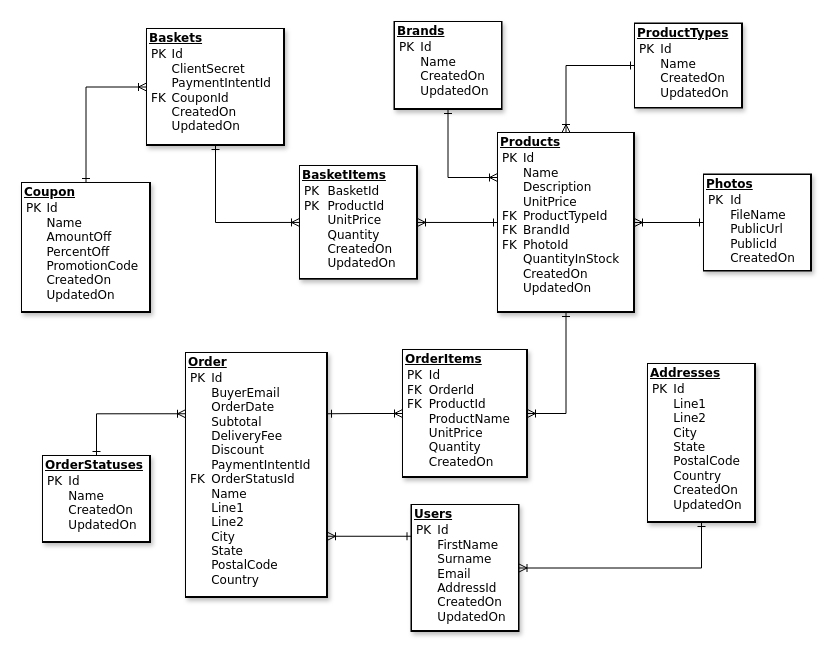
Earlier version of the draw.io diagram docs/DbDiagram.drawio (franco-diaz-licham/eCommerceApp). Source tidied: cells renumbered, new cells numbered last; positions are measured from the earlier drawing's top-left corner, leaving out a move shared by most shapes. Both pictures are drawn from the tidied source at 100%, with x=0, y=0 at pixel (21, 21).
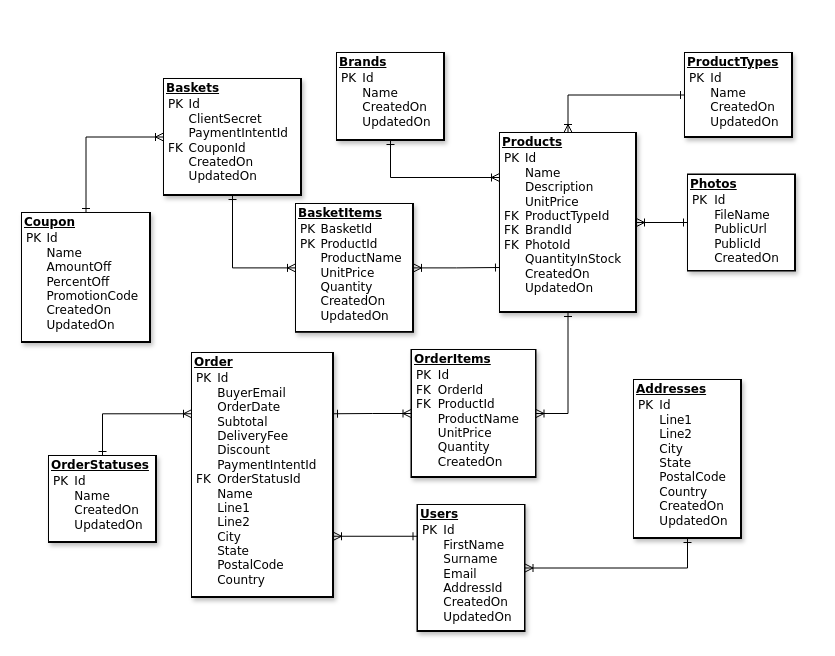
After the change.

Diff of the diagram source:
```diff
@@
     <mxCell id="2" value="&lt;div style=&quot;box-sizing: border-box; width: 100%; background-image: initial; background-position: initial; background-size: initial; background-repeat: initial; background-attachment: initial; background-origin: initial; background-clip: initial; padding: 2px;&quot;&gt;&lt;b&gt;&lt;u&gt;Baskets&lt;/u&gt;&lt;/b&gt;&lt;table style=&quot;font-size: 1em; width: 100%;&quot; cellpadding=&quot;2&quot; cellspacing=&quot;0&quot;&gt;&lt;tbody&gt;&lt;tr&gt;&lt;td&gt;PK&lt;br&gt;&lt;br&gt;&lt;br&gt;FK&lt;br&gt;&lt;br&gt;&lt;br&gt;&lt;/td&gt;&lt;td&gt;Id&lt;br&gt;ClientSecret&lt;br&gt;PaymentIntentId&lt;br&gt;CouponId&lt;br&gt;CreatedOn&lt;br&gt;UpdatedOn&lt;br&gt;&lt;/td&gt;&lt;/tr&gt;&lt;/tbody&gt;&lt;/table&gt;&lt;/div&gt;" style="verticalAlign=top;align=left;overflow=fill;html=1;rounded=0;shadow=1;comic=0;labelBackgroundColor=default;strokeWidth=1;fontFamily=Verdana;fontSize=12;labelBorderColor=default;" parent="1" vertex="1">
-      <mxGeometry x="125" y="7" width="138" height="117" as="geometry" />
+      <mxGeometry x="142" y="57" width="138" height="117" as="geometry" />
     </mxCell>
@@
-    <mxCell id="4" value="&lt;div style=&quot;box-sizing: border-box; width: 100%; background-image: initial; background-position: initial; background-size: initial; background-repeat: initial; background-attachment: initial; background-origin: initial; background-clip: initial; padding: 2px;&quot;&gt;&lt;b&gt;&lt;u&gt;BasketItems&lt;/u&gt;&lt;/b&gt;&lt;table style=&quot;font-size: 1em; width: 100%;&quot; cellpadding=&quot;2&quot; cellspacing=&quot;0&quot;&gt;&lt;tbody&gt;&lt;tr&gt;&lt;td&gt;PK&lt;br&gt;PK&lt;br&gt;&lt;br&gt;&lt;br&gt;&lt;br&gt;&lt;br&gt;&lt;/td&gt;&lt;td&gt;BasketId&lt;br&gt;ProductId&lt;br&gt;UnitPrice&lt;br&gt;Quantity&lt;br&gt;CreatedOn&lt;br&gt;UpdatedOn&lt;br&gt;&lt;/td&gt;&lt;/tr&gt;&lt;/tbody&gt;&lt;/table&gt;&lt;/div&gt;" style="verticalAlign=top;align=left;overflow=fill;html=1;rounded=0;shadow=1;comic=0;labelBackgroundColor=default;strokeWidth=1;fontFamily=Verdana;fontSize=12;labelBorderColor=default;" parent="1" vertex="1">
-      <mxGeometry x="278" y="144.2" width="118" height="113.5" as="geometry" />
+    <mxCell id="4" value="&lt;div style=&quot;box-sizing: border-box; width: 100%; background-image: initial; background-position: initial; background-size: initial; background-repeat: initial; background-attachment: initial; background-origin: initial; background-clip: initial; padding: 2px;&quot;&gt;&lt;b&gt;&lt;u&gt;BasketItems&lt;/u&gt;&lt;/b&gt;&lt;table style=&quot;font-size: 1em; width: 100%;&quot; cellpadding=&quot;2&quot; cellspacing=&quot;0&quot;&gt;&lt;tbody&gt;&lt;tr&gt;&lt;td&gt;PK&lt;br&gt;PK&lt;br&gt;&lt;br&gt;&lt;br&gt;&lt;br&gt;&lt;br&gt;&lt;br&gt;&lt;/td&gt;&lt;td&gt;BasketId&lt;br&gt;ProductId&lt;br&gt;ProductName&lt;br&gt;UnitPrice&lt;br&gt;Quantity&lt;br&gt;CreatedOn&lt;br&gt;UpdatedOn&lt;br&gt;&lt;/td&gt;&lt;/tr&gt;&lt;/tbody&gt;&lt;/table&gt;&lt;/div&gt;" style="verticalAlign=top;align=left;overflow=fill;html=1;rounded=0;shadow=1;comic=0;labelBackgroundColor=default;strokeWidth=1;fontFamily=Verdana;fontSize=12;labelBorderColor=default;" parent="1" vertex="1">
+      <mxGeometry x="274" y="182" width="118" height="128.8" as="geometry" />
     </mxCell>
     <mxCell id="5" value="&lt;div style=&quot;box-sizing: border-box; width: 100%; background-image: initial; background-position: initial; background-size: initial; background-repeat: initial; background-attachment: initial; background-origin: initial; background-clip: initial; padding: 2px;&quot;&gt;&lt;b&gt;&lt;u&gt;Brands&lt;/u&gt;&lt;/b&gt;&lt;table style=&quot;font-size: 1em; width: 100%;&quot; cellpadding=&quot;2&quot; cellspacing=&quot;0&quot;&gt;&lt;tbody&gt;&lt;tr&gt;&lt;td&gt;PK&lt;br&gt;&lt;br&gt;&lt;br&gt;&lt;br&gt;&lt;/td&gt;&lt;td&gt;Id&lt;br&gt;Name&lt;br&gt;CreatedOn&lt;br&gt;UpdatedOn&lt;br&gt;&lt;/td&gt;&lt;/tr&gt;&lt;/tbody&gt;&lt;/table&gt;&lt;/div&gt;" style="verticalAlign=top;align=left;overflow=fill;html=1;rounded=0;shadow=1;comic=0;labelBackgroundColor=default;strokeWidth=1;fontFamily=Verdana;fontSize=12;labelBorderColor=default;" parent="1" vertex="1">
-      <mxGeometry x="372.5" width="108" height="88" as="geometry" />
+      <mxGeometry x="315" y="31" width="108" height="88" as="geometry" />
     </mxCell>
     <mxCell id="6" value="&lt;div style=&quot;box-sizing: border-box; width: 100%; background-image: initial; background-position: initial; background-size: initial; background-repeat: initial; background-attachment: initial; background-origin: initial; background-clip: initial; padding: 2px;&quot;&gt;&lt;b&gt;&lt;u&gt;ProductTypes&lt;/u&gt;&lt;/b&gt;&lt;table style=&quot;font-size: 1em; width: 100%;&quot; cellpadding=&quot;2&quot; cellspacing=&quot;0&quot;&gt;&lt;tbody&gt;&lt;tr&gt;&lt;td&gt;PK&lt;br&gt;&lt;br&gt;&lt;br&gt;&lt;br&gt;&lt;/td&gt;&lt;td&gt;Id&lt;br&gt;Name&lt;br&gt;CreatedOn&lt;br&gt;UpdatedOn&lt;br&gt;&lt;/td&gt;&lt;/tr&gt;&lt;/tbody&gt;&lt;/table&gt;&lt;/div&gt;" style="verticalAlign=top;align=left;overflow=fill;html=1;rounded=0;shadow=1;comic=0;labelBackgroundColor=default;strokeWidth=1;fontFamily=Verdana;fontSize=12;labelBorderColor=default;" parent="1" vertex="1">
-      <mxGeometry x="613" y="1.5" width="108" height="85" as="geometry" />
+      <mxGeometry x="663" y="31" width="108" height="85" as="geometry" />
     </mxCell>
     <mxCell id="7" value="&lt;div style=&quot;box-sizing: border-box; width: 100%; background-image: initial; background-position: initial; background-size: initial; background-repeat: initial; background-attachment: initial; background-origin: initial; background-clip: initial; padding: 2px;&quot;&gt;&lt;b&gt;&lt;u&gt;OrderStatuses&lt;/u&gt;&lt;/b&gt;&lt;table style=&quot;font-size: 1em; width: 100%;&quot; cellpadding=&quot;2&quot; cellspacing=&quot;0&quot;&gt;&lt;tbody&gt;&lt;tr&gt;&lt;td&gt;PK&lt;br&gt;&lt;br&gt;&lt;br&gt;&lt;br&gt;&lt;/td&gt;&lt;td&gt;Id&lt;br&gt;Name&lt;br&gt;CreatedOn&lt;br&gt;UpdatedOn&lt;br&gt;&lt;/td&gt;&lt;/tr&gt;&lt;/tbody&gt;&lt;/table&gt;&lt;/div&gt;" style="verticalAlign=top;align=left;overflow=fill;html=1;rounded=0;shadow=1;comic=0;labelBackgroundColor=default;strokeWidth=1;fontFamily=Verdana;fontSize=12;labelBorderColor=default;" parent="1" vertex="1">
-      <mxGeometry x="21" y="434" width="108" height="87" as="geometry" />
+      <mxGeometry x="27" y="434" width="108" height="87" as="geometry" />
     </mxCell>
     <mxCell id="8" value="&lt;div style=&quot;box-sizing: border-box; width: 100%; background-image: initial; background-position: initial; background-size: initial; background-repeat: initial; background-attachment: initial; background-origin: initial; background-clip: initial; padding: 2px;&quot;&gt;&lt;b&gt;&lt;u&gt;Products&lt;/u&gt;&lt;/b&gt;&lt;table style=&quot;font-size: 1em; width: 100%;&quot; cellpadding=&quot;2&quot; cellspacing=&quot;0&quot;&gt;&lt;tbody&gt;&lt;tr&gt;&lt;td&gt;PK&lt;br&gt;&lt;br&gt;&lt;br&gt;&lt;br&gt;FK&lt;br&gt;FK&lt;br&gt;FK&lt;br&gt;&lt;br&gt;&lt;br&gt;&lt;br&gt;&lt;br&gt;&lt;/td&gt;&lt;td&gt;Id&lt;br&gt;Name&lt;br&gt;Description&lt;br&gt;UnitPrice&lt;br&gt;ProductTypeId&lt;br&gt;BrandId&lt;br&gt;PhotoId&lt;br&gt;QuantityInStock&lt;br&gt;CreatedOn&lt;br&gt;UpdatedOn&lt;br&gt;&lt;br&gt;&lt;/td&gt;&lt;/tr&gt;&lt;/tbody&gt;&lt;/table&gt;&lt;/div&gt;" style="verticalAlign=top;align=left;overflow=fill;html=1;rounded=0;shadow=1;comic=0;labelBackgroundColor=default;strokeWidth=1;fontFamily=Verdana;fontSize=12;labelBorderColor=default;" parent="1" vertex="1">
-      <mxGeometry x="476" y="111" width="137" height="180" as="geometry" />
+      <mxGeometry x="478" y="111" width="137" height="180" as="geometry" />
     </mxCell>
     <mxCell id="9" value="&lt;div style=&quot;box-sizing: border-box; width: 100%; background-image: initial; background-position: initial; background-size: initial; background-repeat: initial; background-attachment: initial; background-origin: initial; background-clip: initial; padding: 2px;&quot;&gt;&lt;b&gt;&lt;u&gt;Photos&lt;/u&gt;&lt;/b&gt;&lt;table style=&quot;font-size: 1em; width: 100%;&quot; cellpadding=&quot;2&quot; cellspacing=&quot;0&quot;&gt;&lt;tbody&gt;&lt;tr&gt;&lt;td&gt;PK&lt;br&gt;&lt;br&gt;&lt;br&gt;&lt;br&gt;&lt;br&gt;&lt;br&gt;&lt;/td&gt;&lt;td&gt;Id&lt;br&gt;FileName&lt;br&gt;PublicUrl&lt;br&gt;PublicId&lt;br&gt;CreatedOn&lt;br&gt;&lt;br&gt;&lt;/td&gt;&lt;/tr&gt;&lt;/tbody&gt;&lt;/table&gt;&lt;/div&gt;" style="verticalAlign=top;align=left;overflow=fill;html=1;rounded=0;shadow=1;comic=0;labelBackgroundColor=default;strokeWidth=1;fontFamily=Verdana;fontSize=12;labelBorderColor=default;" parent="1" vertex="1">
-      <mxGeometry x="682" y="152.5" width="108" height="97" as="geometry" />
+      <mxGeometry x="666" y="152.5" width="108" height="97" as="geometry" />
     </mxCell>
@@
-    <mxCell id="13" style="edgeStyle=orthogonalEdgeStyle;rounded=0;jettySize=auto;html=1;startArrow=ERoneToMany;startFill=0;endArrow=ERone;endFill=0;entryX=0;entryY=0.5;entryDx=0;entryDy=0;exitX=1;exitY=0.5;exitDx=0;exitDy=0;" parent="1" edge="1" source="4" target="8">
+    <mxCell id="13" style="edgeStyle=orthogonalEdgeStyle;rounded=0;jettySize=auto;html=1;startArrow=ERoneToMany;startFill=0;endArrow=ERone;endFill=0;entryX=0;entryY=0.75;entryDx=0;entryDy=0;exitX=1;exitY=0.5;exitDx=0;exitDy=0;" parent="1" edge="1" source="4" target="8">
       <mxGeometry relative="1" as="geometry" />
     </mxCell>
     <mxCell id="14" value="&lt;div style=&quot;box-sizing: border-box; width: 100%; background-image: initial; background-position: initial; background-size: initial; background-repeat: initial; background-attachment: initial; background-origin: initial; background-clip: initial; padding: 2px;&quot;&gt;&lt;b&gt;&lt;u&gt;Order&lt;/u&gt;&lt;/b&gt;&lt;table style=&quot;font-size: 1em; width: 100%;&quot; cellpadding=&quot;2&quot; cellspacing=&quot;0&quot;&gt;&lt;tbody&gt;&lt;tr&gt;&lt;td&gt;PK&lt;br&gt;&lt;br&gt;&lt;br&gt;&lt;br&gt;&lt;br&gt;&lt;br&gt;&lt;br&gt;FK&lt;br&gt;&lt;br&gt;&lt;br&gt;&lt;br&gt;&lt;br&gt;&lt;br&gt;&lt;br&gt;&lt;br&gt;&lt;/td&gt;&lt;td&gt;Id&lt;br&gt;BuyerEmail&lt;br&gt;OrderDate&lt;br&gt;Subtotal&lt;br&gt;DeliveryFee&lt;br&gt;Discount&lt;br&gt;PaymentIntentId&lt;br&gt;OrderStatusId&lt;br&gt;Name&lt;br&gt;Line1&lt;br&gt;Line2&lt;br&gt;City&lt;br&gt;State&lt;br&gt;PostalCode&lt;br&gt;Country&lt;br&gt;&lt;/td&gt;&lt;/tr&gt;&lt;/tbody&gt;&lt;/table&gt;&lt;/div&gt;" style="verticalAlign=top;align=left;overflow=fill;html=1;rounded=0;shadow=1;comic=0;labelBackgroundColor=default;strokeWidth=1;fontFamily=Verdana;fontSize=12;labelBorderColor=default;" parent="1" vertex="1">
-      <mxGeometry x="164" y="331" width="142" height="245" as="geometry" />
+      <mxGeometry x="170" y="331" width="142" height="245" as="geometry" />
     </mxCell>
     <mxCell id="15" value="&lt;div style=&quot;box-sizing: border-box; width: 100%; background-image: initial; background-position: initial; background-size: initial; background-repeat: initial; background-attachment: initial; background-origin: initial; background-clip: initial; padding: 2px;&quot;&gt;&lt;b&gt;&lt;u&gt;Coupon&lt;/u&gt;&lt;/b&gt;&lt;table style=&quot;font-size: 1em; width: 100%;&quot; cellpadding=&quot;2&quot; cellspacing=&quot;0&quot;&gt;&lt;tbody&gt;&lt;tr&gt;&lt;td&gt;PK&lt;br&gt;&lt;br&gt;&lt;br&gt;&lt;br&gt;&lt;br&gt;&lt;br&gt;&lt;br&gt;&lt;/td&gt;&lt;td&gt;Id&lt;br&gt;Name&lt;br&gt;AmountOff&lt;br&gt;PercentOff&lt;br&gt;PromotionCode&lt;br&gt;CreatedOn&lt;br&gt;UpdatedOn&lt;br&gt;&lt;/td&gt;&lt;/tr&gt;&lt;/tbody&gt;&lt;/table&gt;&lt;/div&gt;" style="verticalAlign=top;align=left;overflow=fill;html=1;rounded=0;shadow=1;comic=0;labelBackgroundColor=default;strokeWidth=1;fontFamily=Verdana;fontSize=12;labelBorderColor=default;" parent="1" vertex="1">
-      <mxGeometry y="161" width="129" height="130" as="geometry" />
+      <mxGeometry y="191" width="129" height="130" as="geometry" />
     </mxCell>
@@
     <mxCell id="18" value="&lt;div style=&quot;box-sizing: border-box; width: 100%; background-image: initial; background-position: initial; background-size: initial; background-repeat: initial; background-attachment: initial; background-origin: initial; background-clip: initial; padding: 2px;&quot;&gt;&lt;b&gt;&lt;u&gt;OrderItems&lt;/u&gt;&lt;/b&gt;&lt;table style=&quot;font-size: 1em; width: 100%;&quot; cellpadding=&quot;2&quot; cellspacing=&quot;0&quot;&gt;&lt;tbody&gt;&lt;tr&gt;&lt;td&gt;PK&lt;br&gt;FK&lt;br&gt;FK&lt;br&gt;&lt;br&gt;&lt;br&gt;&lt;br&gt;&lt;br&gt;&lt;/td&gt;&lt;td&gt;Id&lt;br&gt;OrderId&lt;br&gt;ProductId&lt;br&gt;ProductName&lt;br style=&quot;border-color: var(--border-color);&quot;&gt;UnitPrice&lt;br style=&quot;border-color: var(--border-color);&quot;&gt;Quantity&lt;br style=&quot;border-color: var(--border-color);&quot;&gt;CreatedOn&lt;br&gt;&lt;/td&gt;&lt;/tr&gt;&lt;/tbody&gt;&lt;/table&gt;&lt;/div&gt;" style="verticalAlign=top;align=left;overflow=fill;html=1;rounded=0;shadow=1;comic=0;labelBackgroundColor=default;strokeWidth=1;fontFamily=Verdana;fontSize=12;labelBorderColor=default;" parent="1" vertex="1">
-      <mxGeometry x="381" y="328" width="125" height="128" as="geometry" />
+      <mxGeometry x="389.5" y="328" width="125" height="128" as="geometry" />
     </mxCell>
@@
     <mxCell id="21" value="&lt;div style=&quot;box-sizing: border-box; width: 100%; background-image: initial; background-position: initial; background-size: initial; background-repeat: initial; background-attachment: initial; background-origin: initial; background-clip: initial; padding: 2px;&quot;&gt;&lt;b&gt;&lt;u&gt;Users&lt;/u&gt;&lt;/b&gt;&lt;table style=&quot;font-size: 1em; width: 100%;&quot; cellpadding=&quot;2&quot; cellspacing=&quot;0&quot;&gt;&lt;tbody&gt;&lt;tr&gt;&lt;td&gt;PK&lt;br&gt;&lt;br&gt;&lt;br&gt;&lt;br&gt;&lt;br&gt;&lt;br&gt;&lt;br&gt;&lt;/td&gt;&lt;td&gt;Id&lt;br&gt;FirstName&lt;br&gt;Surname&lt;br&gt;Email&lt;br&gt;AddressId&lt;br&gt;CreatedOn&lt;br&gt;UpdatedOn&lt;br&gt;&lt;/td&gt;&lt;/tr&gt;&lt;/tbody&gt;&lt;/table&gt;&lt;/div&gt;" style="verticalAlign=top;align=left;overflow=fill;html=1;rounded=0;shadow=1;comic=0;labelBackgroundColor=default;strokeWidth=1;fontFamily=Verdana;fontSize=12;labelBorderColor=default;" parent="1" vertex="1">
-      <mxGeometry x="389.5" y="483" width="108" height="127" as="geometry" />
+      <mxGeometry x="395.5" y="483" width="108" height="127" as="geometry" />
     </mxCell>
     <mxCell id="22" value="&lt;div style=&quot;box-sizing: border-box; width: 100%; background-image: initial; background-position: initial; background-size: initial; background-repeat: initial; background-attachment: initial; background-origin: initial; background-clip: initial; padding: 2px;&quot;&gt;&lt;b&gt;&lt;u&gt;Addresses&lt;/u&gt;&lt;/b&gt;&lt;table style=&quot;font-size: 1em; width: 100%;&quot; cellpadding=&quot;2&quot; cellspacing=&quot;0&quot;&gt;&lt;tbody&gt;&lt;tr&gt;&lt;td&gt;PK&lt;br&gt;&lt;br&gt;&lt;br&gt;&lt;br&gt;&lt;br&gt;&lt;br&gt;&lt;br&gt;&lt;br&gt;&lt;br&gt;&lt;/td&gt;&lt;td&gt;Id&lt;br&gt;Line1&lt;br&gt;Line2&lt;br&gt;City&lt;br&gt;State&lt;br&gt;PostalCode&lt;br&gt;Country&lt;br&gt;CreatedOn&lt;br&gt;UpdatedOn&lt;br&gt;&lt;/td&gt;&lt;/tr&gt;&lt;/tbody&gt;&lt;/table&gt;&lt;/div&gt;" style="verticalAlign=top;align=left;overflow=fill;html=1;rounded=0;shadow=1;comic=0;labelBackgroundColor=default;strokeWidth=1;fontFamily=Verdana;fontSize=12;labelBorderColor=default;" parent="1" vertex="1">
-      <mxGeometry x="626" y="342" width="108" height="159" as="geometry" />
+      <mxGeometry x="612" y="358" width="108" height="159" as="geometry" />
     </mxCell>
```
